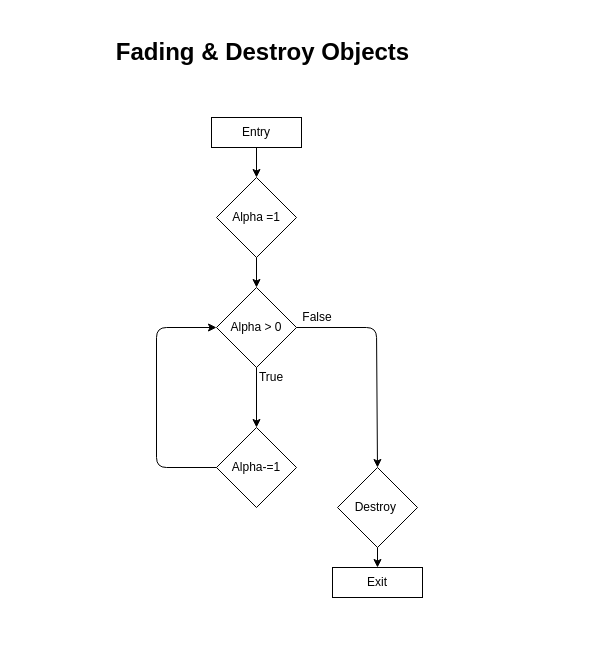
Earlier version of the draw.io diagram Diagrams/Control - Flow Dig/controlFlow.drawio (atharvagangrade10/Draw.io). Source tidied: cells renumbered, new cells numbered last; positions are measured from the earlier drawing's top-left corner, leaving out a move shared by most shapes. Both pictures are drawn from the tidied source at 100%, with x=0, y=0 at pixel (107, 37).
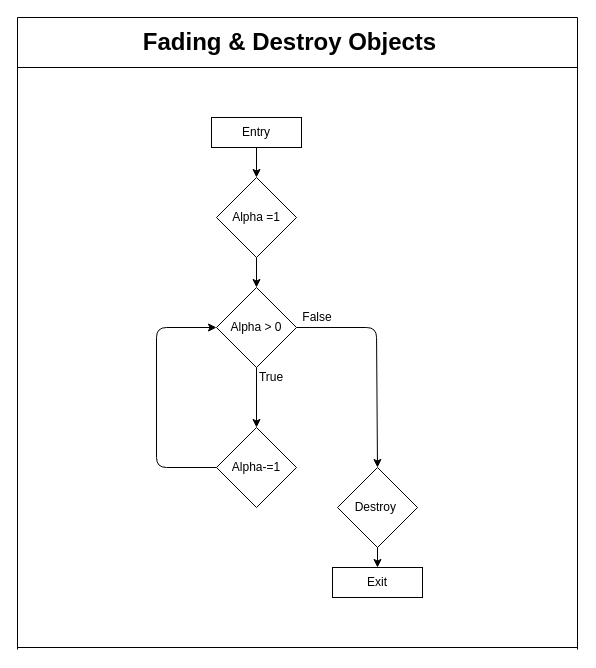
After the change.

Diff of the diagram source:
```diff
@@
     <mxCell id="2" value="Fading &amp;amp; Destroy Objects" style="text;strokeColor=none;fillColor=none;html=1;fontSize=24;fontStyle=1;verticalAlign=middle;align=center;" parent="1" vertex="1">
-      <mxGeometry width="310" height="30" as="geometry" />
+      <mxGeometry x="27" y="-10" width="310" height="30" as="geometry" />
     </mxCell>
@@
+    <mxCell id="17" style="endArrow=none;html=1;" parent="1" edge="1">
+      <mxGeometry relative="1" as="geometry">
+        <mxPoint x="-90" y="612" as="sourcePoint" />
+        <mxPoint x="-90" y="-20" as="targetPoint" />
+      </mxGeometry>
+    </mxCell>
+    <mxCell id="18" style="endArrow=none;html=1;" parent="1" edge="1">
+      <mxGeometry relative="1" as="geometry">
+        <mxPoint x="-90" y="610" as="sourcePoint" />
+        <mxPoint x="470" y="610" as="targetPoint" />
+      </mxGeometry>
+    </mxCell>
+    <mxCell id="19" style="endArrow=none;html=1;" parent="1" edge="1">
+      <mxGeometry relative="1" as="geometry">
+        <mxPoint x="470" y="612" as="sourcePoint" />
+        <mxPoint x="470" y="-20" as="targetPoint" />
+      </mxGeometry>
+    </mxCell>
+    <mxCell id="20" style="endArrow=none;html=1;" parent="1" edge="1">
+      <mxGeometry relative="1" as="geometry">
+        <mxPoint x="-90" y="-20" as="sourcePoint" />
+        <mxPoint x="470" y="-20" as="targetPoint" />
+      </mxGeometry>
+    </mxCell>
+    <mxCell id="21" style="endArrow=none;html=1;" parent="1" edge="1">
+      <mxGeometry relative="1" as="geometry">
+        <mxPoint x="-90" y="30" as="sourcePoint" />
+        <mxPoint x="470" y="30" as="targetPoint" />
+      </mxGeometry>
+    </mxCell>
```
